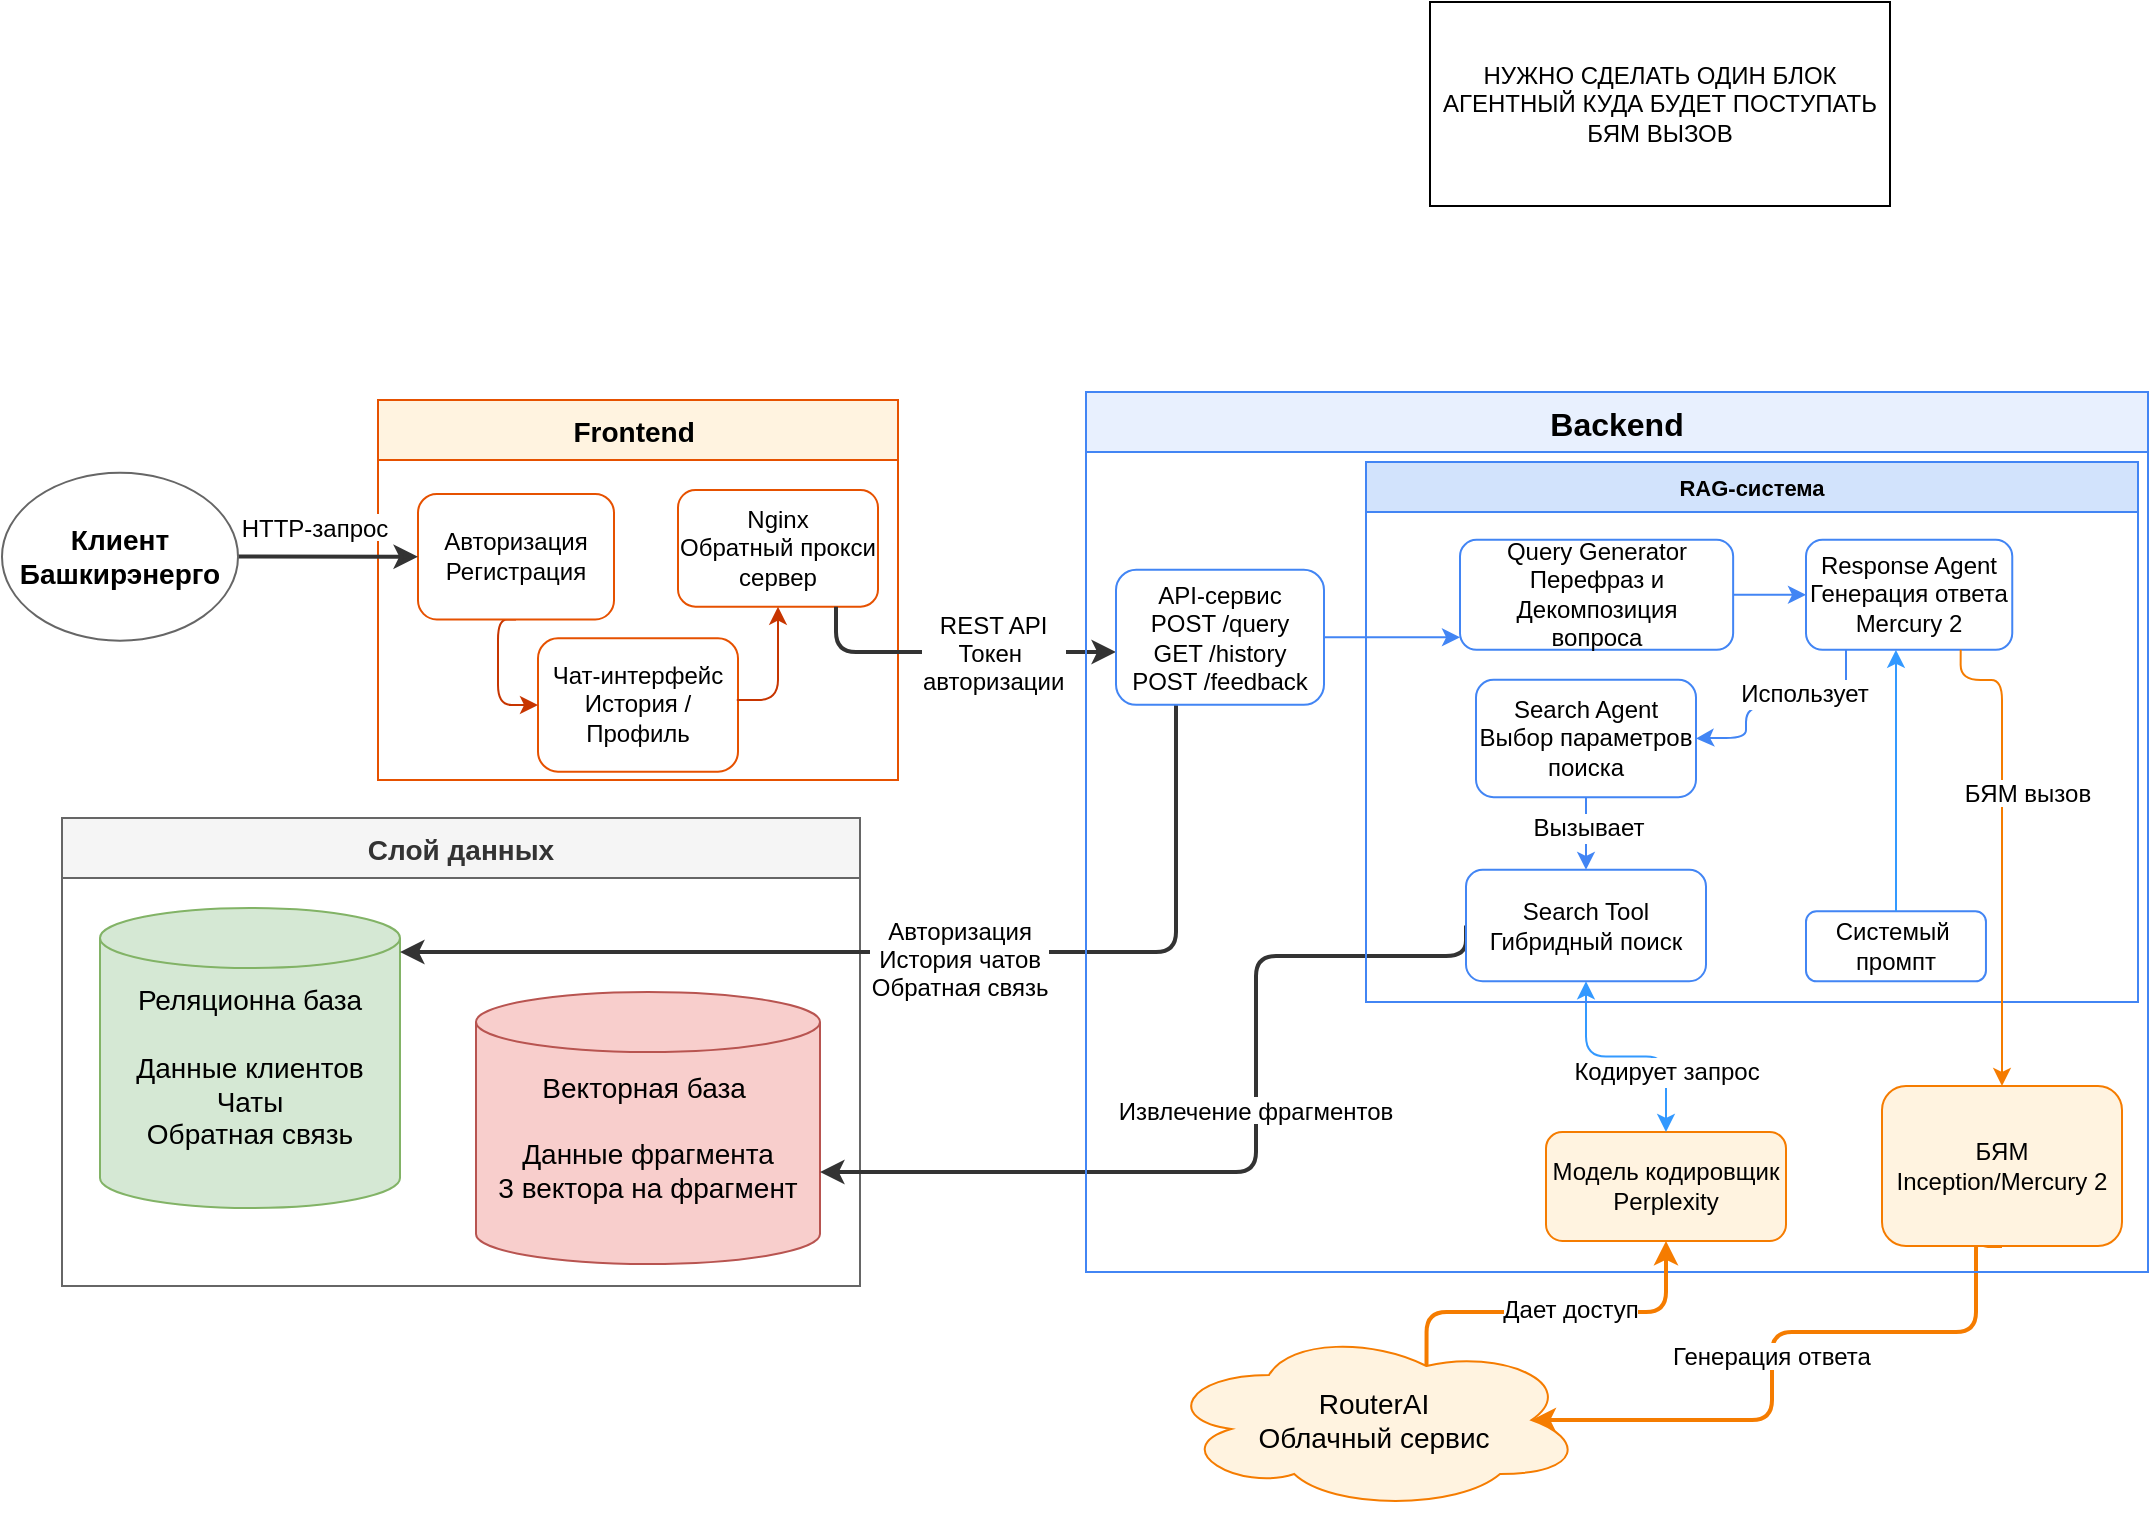
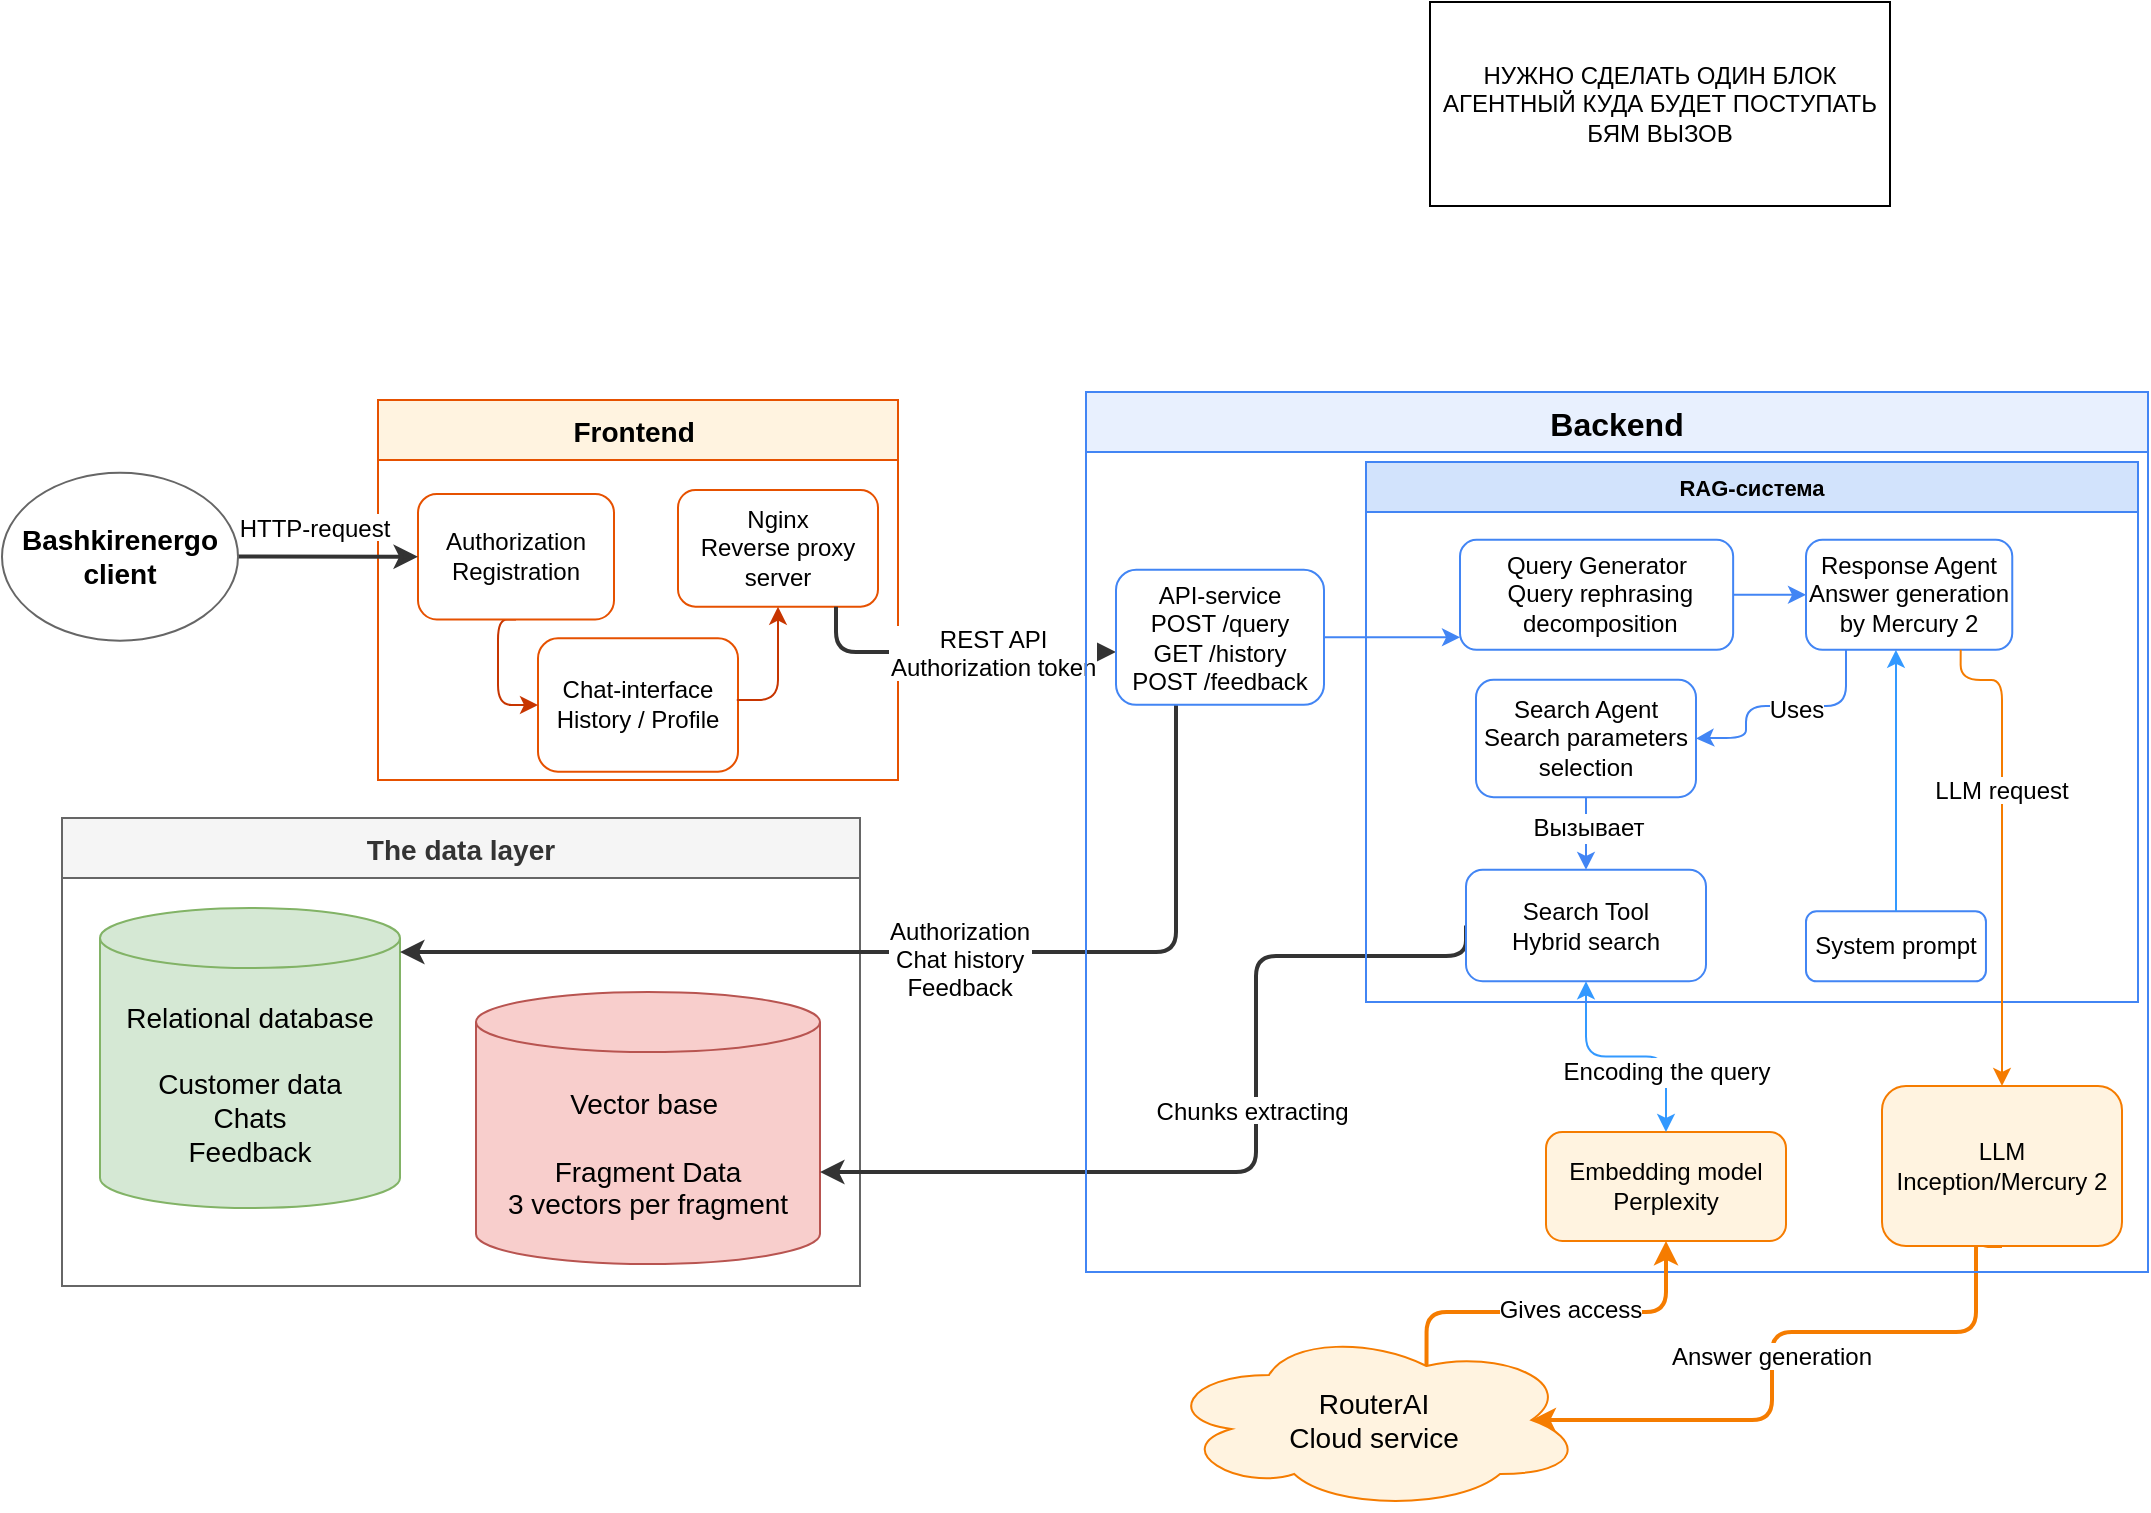
- <mxfile host="Electron" agent="Mozilla/5.0 (Windows NT 10.0; Win64; x64) AppleWebKit/537.36 (KHTML, like Gecko) draw.io/29.6.6 Chrome/144.0.7559.236 Electron/40.8.4 Safari/537.36" version="29.6.6">
+ <mxfile host="Electron" agent="Mozilla/5.0 (Windows NT 10.0; Win64; x64) AppleWebKit/537.36 (KHTML, like Gecko) draw.io/29.6.6 Chrome/144.0.7559.236 Electron/40.8.4 Safari/537.36">
  <diagram id="page-1" name="Архитектура системы">
-     <mxGraphModel dx="1042" dy="660" grid="0" gridSize="10" guides="1" tooltips="1" connect="1" arrows="1" fold="1" page="1" pageScale="1" pageWidth="1600" pageHeight="1000" math="0" shadow="0">
+     <mxGraphModel dx="490" dy="314" grid="0" gridSize="10" guides="1" tooltips="1" connect="1" arrows="1" fold="1" page="1" pageScale="1" pageWidth="1600" pageHeight="1000" math="0" shadow="0">
      <root>
        <mxCell id="0" />
        <mxCell id="1" parent="0" />
        <mxCell id="layer-frontend" parent="1" style="swimlane;startSize=30;fillColor=#fff3e0;strokeColor=#e65100;fontStyle=1;fontSize=14;fontColor=#000000;" value="Frontend " vertex="1">
          <mxGeometry height="190" width="260" x="621" y="244" as="geometry" />
        </mxCell>
-         <mxCell id="fe-vue" parent="layer-frontend" style="rounded=1;whiteSpace=wrap;fillColor=#ffffff;strokeColor=#e65100;fontSize=12;fontColor=#000000;movable=1;resizable=1;rotatable=1;deletable=1;editable=1;locked=0;connectable=1;" value="Чат-интерфейс&#xa;История / Профиль" vertex="1">
+         <mxCell id="fe-vue" parent="layer-frontend" style="rounded=1;whiteSpace=wrap;fillColor=#ffffff;strokeColor=#e65100;fontSize=12;fontColor=#000000;movable=1;resizable=1;rotatable=1;deletable=1;editable=1;locked=0;connectable=1;" value="Chat-interface&#xa;History / Profile" vertex="1">
          <mxGeometry height="66.67" width="100" x="80" y="119.16" as="geometry" />
        </mxCell>
        <mxCell id="dqqCymJe5EWWnULgw1ql-9" edge="1" parent="layer-frontend" source="fe-auth" style="edgeStyle=orthogonalEdgeStyle;rounded=1;orthogonalLoop=1;jettySize=auto;html=1;fillColor=#fa6800;strokeColor=#C73500;curved=0;entryX=0;entryY=0.5;entryDx=0;entryDy=0;exitX=0.5;exitY=1;exitDx=0;exitDy=0;" target="fe-vue" value="">
          <mxGeometry relative="1" as="geometry">
            <Array as="points">
              <mxPoint x="60" y="110" />
              <mxPoint x="60" y="152" />
            </Array>
          </mxGeometry>
        </mxCell>
-         <mxCell id="fe-auth" parent="layer-frontend" style="rounded=1;whiteSpace=wrap;fillColor=#ffffff;strokeColor=#e65100;fontSize=12;fontColor=#000000;movable=1;resizable=1;rotatable=1;deletable=1;editable=1;locked=0;connectable=1;" value="Авторизация&#xa;Регистрация" vertex="1">
+         <mxCell id="fe-auth" parent="layer-frontend" style="rounded=1;whiteSpace=wrap;fillColor=#ffffff;strokeColor=#e65100;fontSize=12;fontColor=#000000;movable=1;resizable=1;rotatable=1;deletable=1;editable=1;locked=0;connectable=1;" value="Authorization&#xa;Registration" vertex="1">
          <mxGeometry height="62.69" width="98" x="20" y="47" as="geometry" />
        </mxCell>
-         <mxCell id="fe-nginx" parent="layer-frontend" style="rounded=1;whiteSpace=wrap;fillColor=#ffffff;strokeColor=#e65100;fontSize=12;fontColor=#000000;fontStyle=0;movable=1;resizable=1;rotatable=1;deletable=1;editable=1;locked=0;connectable=1;" value="Nginx&#xa;Обратный прокси сервер" vertex="1">
+         <mxCell id="fe-nginx" parent="layer-frontend" style="rounded=1;whiteSpace=wrap;fillColor=#ffffff;strokeColor=#e65100;fontSize=12;fontColor=#000000;fontStyle=0;movable=1;resizable=1;rotatable=1;deletable=1;editable=1;locked=0;connectable=1;" value="Nginx&#xa;Reverse proxy server" vertex="1">
          <mxGeometry height="58.33" width="100" x="150" y="45" as="geometry" />
        </mxCell>
        <mxCell id="dqqCymJe5EWWnULgw1ql-11" edge="1" parent="layer-frontend" source="fe-vue" style="edgeStyle=orthogonalEdgeStyle;rounded=1;orthogonalLoop=1;jettySize=auto;html=1;fillColor=#fa6800;strokeColor=#C73500;exitX=0.994;exitY=0.462;exitDx=0;exitDy=0;exitPerimeter=0;entryX=0.5;entryY=1;entryDx=0;entryDy=0;curved=0;" target="fe-nginx" value="">
          <mxGeometry relative="1" as="geometry">
            <mxPoint x="190" y="160" as="sourcePoint" />
            <mxPoint x="190" y="195" as="targetPoint" />
          </mxGeometry>
        </mxCell>
-         <mxCell id="e-fe-be" edge="1" parent="1" source="fe-nginx" style="edgeStyle=orthogonalEdgeStyle;rounded=1;strokeWidth=2;strokeColor=#333333;fontSize=12;fontColor=#000000;" target="be-api" value="REST API&#xa;Токен &#xa;авторизации">
+         <mxCell id="e-fe-be" edge="1" parent="1" source="fe-nginx" style="edgeStyle=orthogonalEdgeStyle;rounded=1;strokeWidth=2;strokeColor=#333333;fontSize=12;fontColor=#000000;" target="be-api" value="REST API&#xa;Authorization token">
          <mxGeometry relative="1" x="0.25" as="geometry">
            <mxPoint as="offset" />
            <Array as="points">
              <mxPoint x="850" y="370" />
            </Array>
          </mxGeometry>
        </mxCell>
-         <mxCell id="layer-data" parent="1" style="swimlane;startSize=30;fontStyle=1;fontSize=14;fillColor=#f5f5f5;strokeColor=#666666;fontColor=#333333;" value="Слой данных" vertex="1">
+         <mxCell id="layer-data" parent="1" style="swimlane;startSize=30;fontStyle=1;fontSize=14;fillColor=#f5f5f5;strokeColor=#666666;fontColor=#333333;" value="The data layer" vertex="1">
          <mxGeometry height="234" width="399" x="463" y="453" as="geometry" />
        </mxCell>
-         <mxCell id="db-qdrant" parent="layer-data" style="shape=cylinder3;whiteSpace=wrap;boundedLbl=1;backgroundOutline=1;size=15;fillColor=#f8cecc;strokeColor=#b85450;fontSize=14;" value="Векторная база &#xa;&#xa;Данные фрагмента&#xa;3 вектора на фрагмент&#xa;" vertex="1">
+         <mxCell id="db-qdrant" parent="layer-data" style="shape=cylinder3;whiteSpace=wrap;boundedLbl=1;backgroundOutline=1;size=15;fillColor=#f8cecc;strokeColor=#b85450;fontSize=14;" value="Vector base &#xa;&#xa;Fragment Data&#xa;3 vectors per fragment" vertex="1">
          <mxGeometry height="136" width="172" x="207" y="87" as="geometry" />
        </mxCell>
-         <mxCell id="db-supabase" parent="layer-data" style="shape=cylinder3;whiteSpace=wrap;boundedLbl=1;backgroundOutline=1;size=15;fillColor=#d5e8d4;strokeColor=#82b366;fontSize=14;" value="Реляционна база&#xa;&#xa;Данные клиентов&#xa;Чаты&#xa;Обратная связь&#xa;" vertex="1">
+         <mxCell id="db-supabase" parent="layer-data" style="shape=cylinder3;whiteSpace=wrap;boundedLbl=1;backgroundOutline=1;size=15;fillColor=#d5e8d4;strokeColor=#82b366;fontSize=14;" value="Relational database&#xa;&#xa;Customer data&#xa;Chats&#xa;Feedback" vertex="1">
          <mxGeometry height="150" width="150" x="19" y="45" as="geometry" />
        </mxCell>
-         <mxCell id="e-user-fe" edge="1" parent="1" source="client-user" style="edgeStyle=orthogonalEdgeStyle;rounded=1;strokeWidth=2;strokeColor=#333333;fontSize=12;fontColor=#000000;exitX=1;exitY=0.5;exitDx=0;exitDy=0;entryX=0;entryY=0.5;entryDx=0;entryDy=0;" target="fe-auth" value="HTTP-запрос">
-           <mxGeometry relative="1" x="-0.0104" y="15" as="geometry">
+         <mxCell id="e-user-fe" edge="1" parent="1" source="client-user" style="edgeStyle=orthogonalEdgeStyle;rounded=1;strokeWidth=2;strokeColor=#333333;fontSize=12;fontColor=#000000;exitX=1;exitY=0.5;exitDx=0;exitDy=0;entryX=0;entryY=0.5;entryDx=0;entryDy=0;" target="fe-auth" value="HTTP-request">
+           <mxGeometry relative="1" x="-0.0069" y="15" as="geometry">
            <mxPoint as="offset" />
            <Array as="points">
              <mxPoint x="545" y="322" />
              <mxPoint x="553" y="322" />
            </Array>
            <mxPoint x="248.99999999999955" y="475.75" as="sourcePoint" />
            <mxPoint x="439" y="476" as="targetPoint" />
          </mxGeometry>
        </mxCell>
-         <mxCell id="e-be-qdrant" edge="1" parent="1" source="Qy1mshlu3vfik7bIqoKe-14" style="edgeStyle=orthogonalEdgeStyle;rounded=1;strokeWidth=2;strokeColor=#333333;fontSize=12;fontColor=#000000;exitX=0;exitY=0.5;exitDx=0;exitDy=0;" target="db-qdrant" value="Извлечение фрагментов">
+         <mxCell id="e-be-qdrant" edge="1" parent="1" source="Qy1mshlu3vfik7bIqoKe-14" style="edgeStyle=orthogonalEdgeStyle;rounded=1;strokeWidth=2;strokeColor=#333333;fontSize=12;fontColor=#000000;exitX=0;exitY=0.5;exitDx=0;exitDy=0;" target="db-qdrant" value="Chunks extracting ">
          <mxGeometry relative="1" x="-0.1173" as="geometry">
            <mxPoint as="offset" />
            <Array as="points">
              <mxPoint x="1060" y="522" />
              <mxPoint x="1060" y="630" />
            </Array>
            <mxPoint x="1140" y="600" as="sourcePoint" />
            <mxPoint x="830" y="810" as="targetPoint" />
          </mxGeometry>
        </mxCell>
-         <mxCell id="e-be-routerai-cloud" edge="1" parent="1" source="Qy1mshlu3vfik7bIqoKe-7" style="edgeStyle=orthogonalEdgeStyle;rounded=1;strokeWidth=2;strokeColor=#f57c00;fontSize=12;fontColor=#000000;exitX=0.5;exitY=1;exitDx=0;exitDy=0;entryX=0.875;entryY=0.5;entryDx=0;entryDy=0;entryPerimeter=0;" target="cloud-routerai" value="Генерация ответа">
-           <mxGeometry relative="1" x="0.0805" as="geometry">
+         <mxCell id="e-be-routerai-cloud" edge="1" parent="1" source="Qy1mshlu3vfik7bIqoKe-7" style="edgeStyle=orthogonalEdgeStyle;rounded=1;strokeWidth=2;strokeColor=#f57c00;fontSize=12;fontColor=#000000;exitX=0.5;exitY=1;exitDx=0;exitDy=0;entryX=0.875;entryY=0.5;entryDx=0;entryDy=0;entryPerimeter=0;" target="cloud-routerai" value="Answer generation">
+           <mxGeometry relative="1" x="0.0807" as="geometry">
            <mxPoint as="offset" />
            <Array as="points">
              <mxPoint x="1422" y="662" />
              <mxPoint x="1420" y="662" />
              <mxPoint x="1420" y="710" />
              <mxPoint x="1318" y="710" />
              <mxPoint x="1318" y="754" />
            </Array>
            <mxPoint x="1390" y="589.29" as="sourcePoint" />
            <mxPoint x="1320" y="750" as="targetPoint" />
          </mxGeometry>
        </mxCell>
-         <mxCell id="e-be-supabase" edge="1" parent="1" source="be-api" style="edgeStyle=orthogonalEdgeStyle;rounded=1;strokeWidth=2;strokeColor=#333333;fontSize=12;fontColor=#000000;" target="db-supabase" value="Авторизация&#xa;История чатов&#xa;Обратная связь">
+         <mxCell id="e-be-supabase" edge="1" parent="1" source="be-api" style="edgeStyle=orthogonalEdgeStyle;rounded=1;strokeWidth=2;strokeColor=#333333;fontSize=12;fontColor=#000000;" target="db-supabase" value="Authorization&#xa;Chat history&#xa;Feedback">
          <mxGeometry relative="1" x="-0.0941" y="3" as="geometry">
            <mxPoint as="offset" />
            <Array as="points">
              <mxPoint x="1020" y="520" />
            </Array>
            <mxPoint x="1120" y="200" as="sourcePoint" />
            <mxPoint x="300" y="788.74" as="targetPoint" />
          </mxGeometry>
        </mxCell>
        <mxCell id="layer-backend" parent="1" style="swimlane;startSize=30;fillColor=#e8f0fe;strokeColor=#4285f4;fontStyle=1;fontSize=16;fontColor=#000000;" value="Backend" vertex="1">
          <mxGeometry height="440" width="531" x="975" y="240" as="geometry" />
        </mxCell>
        <mxCell id="e-api-qg" edge="1" parent="layer-backend" source="be-api" style="edgeStyle=orthogonalEdgeStyle;rounded=1;strokeWidth=1;strokeColor=#4285f4;" target="Qy1mshlu3vfik7bIqoKe-6" value="">
          <mxGeometry relative="1" as="geometry">
            <Array as="points">
              <mxPoint x="118" y="123" />
              <mxPoint x="118" y="123" />
            </Array>
            <mxPoint x="153.4300000000003" y="190.05263157894728" as="targetPoint" />
          </mxGeometry>
        </mxCell>
-         <mxCell id="be-embeddings" parent="layer-backend" style="rounded=1;whiteSpace=wrap;fillColor=#fff3e0;strokeColor=#f57c00;fontSize=12;fontColor=#000000;align=center;verticalAlign=middle;fontFamily=Helvetica;fontStyle=0;" value="Модель кодировщик&#xa;Perplexity" vertex="1">
+         <mxCell id="be-embeddings" parent="layer-backend" style="rounded=1;whiteSpace=wrap;fillColor=#fff3e0;strokeColor=#f57c00;fontSize=12;fontColor=#000000;align=center;verticalAlign=middle;fontFamily=Helvetica;fontStyle=0;" value="Embedding model&#xa;Perplexity" vertex="1">
          <mxGeometry height="54.44" width="120" x="230" y="370" as="geometry" />
        </mxCell>
        <mxCell id="dqqCymJe5EWWnULgw1ql-17" edge="1" parent="layer-backend" source="be-embeddings" style="edgeStyle=orthogonalEdgeStyle;rounded=1;strokeWidth=1;strokeColor=#3399FF;entryX=0.5;entryY=1;entryDx=0;entryDy=0;exitX=0.5;exitY=0;exitDx=0;exitDy=0;align=center;verticalAlign=middle;fontFamily=Helvetica;fontSize=11;fontColor=default;labelBackgroundColor=default;startArrow=classic;endArrow=classic;curved=0;fillColor=#dae8fc;" target="Qy1mshlu3vfik7bIqoKe-14" value="">
          <mxGeometry relative="1" as="geometry">
            <mxPoint x="630" y="550" as="sourcePoint" />
            <mxPoint x="270" y="332.145" as="targetPoint" />
          </mxGeometry>
        </mxCell>
-         <mxCell id="REkan_8gvZpdR7D4U9OW-5" connectable="0" parent="dqqCymJe5EWWnULgw1ql-17" style="edgeLabel;html=1;align=center;verticalAlign=middle;resizable=0;points=[];" value="&lt;font style=&quot;font-size: 12px;&quot;&gt;Кодирует запрос&lt;/font&gt;" vertex="1">
+         <mxCell id="REkan_8gvZpdR7D4U9OW-5" connectable="0" parent="dqqCymJe5EWWnULgw1ql-17" style="edgeLabel;html=1;align=center;verticalAlign=middle;resizable=0;points=[];" value="&lt;font style=&quot;font-size: 12px;&quot;&gt;Encoding the query&lt;/font&gt;" vertex="1">
          <mxGeometry relative="1" x="0.0145" y="-1" as="geometry">
            <mxPoint x="21" y="8" as="offset" />
          </mxGeometry>
        </mxCell>
-         <mxCell id="be-api" parent="layer-backend" style="rounded=1;whiteSpace=wrap;fillColor=#ffffff;strokeColor=#4285f4;fontSize=12;fontColor=#000000;fontStyle=0" value="API-сервис&#xa;POST /query&#xa;GET /history&#xa;POST /feedback" vertex="1">
+         <mxCell id="be-api" parent="layer-backend" style="rounded=1;whiteSpace=wrap;fillColor=#ffffff;strokeColor=#4285f4;fontSize=12;fontColor=#000000;fontStyle=0" value="API-service&#xa;POST /query&#xa;GET /history&#xa;POST /feedback" vertex="1">
          <mxGeometry height="67.5" width="104" x="15" y="88.93" as="geometry" />
        </mxCell>
        <mxCell id="Qy1mshlu3vfik7bIqoKe-5" parent="layer-backend" style="swimlane;startSize=25;fillColor=#d2e3fc;strokeColor=#4285f4;fontStyle=1;fontSize=11;fontColor=#000000;" value="RAG-система" vertex="1">
          <mxGeometry height="270" width="386" x="140" y="35" as="geometry">
            <mxRectangle height="30" width="120" x="160" y="70" as="alternateBounds" />
          </mxGeometry>
        </mxCell>
-         <mxCell id="Qy1mshlu3vfik7bIqoKe-6" parent="Qy1mshlu3vfik7bIqoKe-5" style="rounded=1;whiteSpace=wrap;fillColor=#ffffff;strokeColor=#4285f4;fontSize=12;fontColor=#000000;" value="Query Generator&#xa;Перефраз и Декомпозиция&#xa;вопроса" vertex="1">
+         <mxCell id="Qy1mshlu3vfik7bIqoKe-6" parent="Qy1mshlu3vfik7bIqoKe-5" style="rounded=1;whiteSpace=wrap;fillColor=#ffffff;strokeColor=#4285f4;fontSize=12;fontColor=#000000;" value="Query Generator&#xa; Query rephrasing  decomposition" vertex="1">
          <mxGeometry height="55" width="136.57" x="47" y="38.93" as="geometry" />
        </mxCell>
        <mxCell id="Qy1mshlu3vfik7bIqoKe-9" edge="1" parent="Qy1mshlu3vfik7bIqoKe-5" source="Qy1mshlu3vfik7bIqoKe-6" style="edgeStyle=orthogonalEdgeStyle;rounded=1;strokeWidth=1;strokeColor=#4285f4;" target="Qy1mshlu3vfik7bIqoKe-10" value="">
          <mxGeometry relative="1" as="geometry">
            <Array as="points">
              <mxPoint x="240" y="50" />
              <mxPoint x="240" y="50" />
            </Array>
            <mxPoint x="1420" y="225" as="sourcePoint" />
            <mxPoint x="1270" y="220" as="targetPoint" />
          </mxGeometry>
        </mxCell>
-         <mxCell id="Qy1mshlu3vfik7bIqoKe-10" parent="Qy1mshlu3vfik7bIqoKe-5" style="rounded=1;whiteSpace=wrap;fillColor=#ffffff;strokeColor=#4285f4;fontSize=12;fontColor=#000000;" value="Response Agent&#xa;Генерация ответа&#xa;Mercury 2" vertex="1">
+         <mxCell id="Qy1mshlu3vfik7bIqoKe-10" parent="Qy1mshlu3vfik7bIqoKe-5" style="rounded=1;whiteSpace=wrap;fillColor=#ffffff;strokeColor=#4285f4;fontSize=12;fontColor=#000000;" value="Response Agent&#xa;Answer generation by Mercury 2" vertex="1">
          <mxGeometry height="55" width="103.13" x="220" y="38.93" as="geometry" />
        </mxCell>
-         <mxCell id="Qy1mshlu3vfik7bIqoKe-11" parent="Qy1mshlu3vfik7bIqoKe-5" style="rounded=1;whiteSpace=wrap;fillColor=#ffffff;strokeColor=#4285f4;fontSize=12;fontColor=#000000;" value="Системый &#xa;промпт" vertex="1">
+         <mxCell id="Qy1mshlu3vfik7bIqoKe-11" parent="Qy1mshlu3vfik7bIqoKe-5" style="rounded=1;whiteSpace=wrap;fillColor=#ffffff;strokeColor=#4285f4;fontSize=12;fontColor=#000000;" value="System prompt" vertex="1">
          <mxGeometry height="35" width="89.98" x="220.00000000000003" y="224.64" as="geometry" />
        </mxCell>
-         <mxCell id="Qy1mshlu3vfik7bIqoKe-12" parent="Qy1mshlu3vfik7bIqoKe-5" style="rounded=1;whiteSpace=wrap;fillColor=#ffffff;strokeColor=#4285f4;fontSize=12;fontColor=#000000;" value="Search Agent&#xa;Выбор параметров поиска" vertex="1">
+         <mxCell id="Qy1mshlu3vfik7bIqoKe-12" parent="Qy1mshlu3vfik7bIqoKe-5" style="rounded=1;whiteSpace=wrap;fillColor=#ffffff;strokeColor=#4285f4;fontSize=12;fontColor=#000000;" value="Search Agent&#xa;Search parameters selection" vertex="1">
          <mxGeometry height="58.67" width="110" x="55" y="108.93" as="geometry" />
        </mxCell>
        <mxCell id="Qy1mshlu3vfik7bIqoKe-13" edge="1" parent="Qy1mshlu3vfik7bIqoKe-5" source="Qy1mshlu3vfik7bIqoKe-10" style="edgeStyle=orthogonalEdgeStyle;rounded=1;strokeWidth=1;strokeColor=#4285f4;entryX=1;entryY=0.5;entryDx=0;entryDy=0;fontSize=12;" target="Qy1mshlu3vfik7bIqoKe-12" value="">
          <mxGeometry relative="1" as="geometry">
            <Array as="points">
              <mxPoint x="240" y="122" />
              <mxPoint x="190" y="122" />
              <mxPoint x="190" y="138" />
              <mxPoint x="170" y="138" />
            </Array>
            <mxPoint x="150" y="130" as="targetPoint" />
          </mxGeometry>
        </mxCell>
-         <mxCell id="REkan_8gvZpdR7D4U9OW-190" connectable="0" parent="Qy1mshlu3vfik7bIqoKe-13" style="edgeLabel;html=1;align=center;verticalAlign=middle;resizable=0;points=[];" value="&lt;font style=&quot;font-size: 12px;&quot;&gt;Использует&lt;/font&gt;" vertex="1">
+         <mxCell id="REkan_8gvZpdR7D4U9OW-190" connectable="0" parent="Qy1mshlu3vfik7bIqoKe-13" style="edgeLabel;html=1;align=center;verticalAlign=middle;resizable=0;points=[];" value="&lt;font style=&quot;font-size: 12px;&quot;&gt;Uses&lt;/font&gt;" vertex="1">
          <mxGeometry relative="1" x="-0.0922" y="-1" as="geometry">
-             <mxPoint x="5" y="-5" as="offset" />
-           </mxGeometry>
-         </mxCell>
-         <mxCell id="Qy1mshlu3vfik7bIqoKe-14" parent="Qy1mshlu3vfik7bIqoKe-5" style="rounded=1;whiteSpace=wrap;fillColor=#ffffff;strokeColor=#4285f4;fontSize=12;fontColor=#000000;" value="Search Tool&#xa;Гибридный поиск" vertex="1">
+             <mxPoint x="1" y="3" as="offset" />
+           </mxGeometry>
+         </mxCell>
+         <mxCell id="Qy1mshlu3vfik7bIqoKe-14" parent="Qy1mshlu3vfik7bIqoKe-5" style="rounded=1;whiteSpace=wrap;fillColor=#ffffff;strokeColor=#4285f4;fontSize=12;fontColor=#000000;" value="Search Tool&#xa;Hybrid search" vertex="1">
          <mxGeometry height="55.71" width="120" x="50" y="203.93" as="geometry" />
        </mxCell>
        <mxCell id="Qy1mshlu3vfik7bIqoKe-15" edge="1" parent="Qy1mshlu3vfik7bIqoKe-5" source="Qy1mshlu3vfik7bIqoKe-12" style="edgeStyle=orthogonalEdgeStyle;rounded=1;strokeWidth=1;strokeColor=#4285f4;entryX=0.5;entryY=0;entryDx=0;entryDy=0;exitX=0.5;exitY=1;exitDx=0;exitDy=0;" target="Qy1mshlu3vfik7bIqoKe-14" value="">
          <mxGeometry relative="1" as="geometry">
            <Array as="points" />
            <mxPoint x="260" y="160" as="sourcePoint" />
          </mxGeometry>
        </mxCell>
        <mxCell id="REkan_8gvZpdR7D4U9OW-4" connectable="0" parent="Qy1mshlu3vfik7bIqoKe-15" style="edgeLabel;html=1;align=center;verticalAlign=middle;resizable=0;points=[];" value="&lt;font style=&quot;font-size: 12px;&quot;&gt;Вызывает&lt;/font&gt;" vertex="1">
          <mxGeometry relative="1" x="-0.1797" y="1" as="geometry">
            <mxPoint as="offset" />
          </mxGeometry>
        </mxCell>
        <mxCell id="Qy1mshlu3vfik7bIqoKe-16" edge="1" parent="Qy1mshlu3vfik7bIqoKe-5" source="Qy1mshlu3vfik7bIqoKe-11" style="endArrow=classic;html=1;rounded=1;strokeColor=#3399FF;edgeStyle=orthogonalEdgeStyle;exitX=0.5;exitY=0;exitDx=0;exitDy=0;" target="Qy1mshlu3vfik7bIqoKe-10" value="">
          <mxGeometry height="50" relative="1" width="50" as="geometry">
            <Array as="points">
              <mxPoint x="263" y="92" />
              <mxPoint x="263" y="92" />
            </Array>
            <mxPoint x="211" y="186" as="sourcePoint" />
            <mxPoint x="240" y="110" as="targetPoint" />
          </mxGeometry>
        </mxCell>
-         <mxCell id="Qy1mshlu3vfik7bIqoKe-7" parent="layer-backend" style="rounded=1;whiteSpace=wrap;fillColor=#fff3e0;strokeColor=#f57c00;fontSize=12;fontColor=#000000;fontStyle=0" value="БЯМ&#xa;Inception/Mercury 2" vertex="1">
+         <mxCell id="Qy1mshlu3vfik7bIqoKe-7" parent="layer-backend" style="rounded=1;whiteSpace=wrap;fillColor=#fff3e0;strokeColor=#f57c00;fontSize=12;fontColor=#000000;fontStyle=0" value="LLM&#xa;Inception/Mercury 2" vertex="1">
          <mxGeometry height="80" width="120" x="398" y="347" as="geometry" />
        </mxCell>
-         <mxCell id="Qy1mshlu3vfik7bIqoKe-8" edge="1" parent="layer-backend" source="Qy1mshlu3vfik7bIqoKe-10" style="edgeStyle=orthogonalEdgeStyle;rounded=1;strokeWidth=1;strokeColor=#f57c00;entryX=0.5;entryY=0;entryDx=0;entryDy=0;fontSize=12;exitX=0.75;exitY=1;exitDx=0;exitDy=0;" target="Qy1mshlu3vfik7bIqoKe-7" value="БЯМ вызов">
-           <mxGeometry relative="1" x="-0.2303" y="13" as="geometry">
+         <mxCell id="Qy1mshlu3vfik7bIqoKe-8" edge="1" parent="layer-backend" source="Qy1mshlu3vfik7bIqoKe-10" style="edgeStyle=orthogonalEdgeStyle;rounded=1;strokeWidth=1;strokeColor=#f57c00;entryX=0.5;entryY=0;entryDx=0;entryDy=0;fontSize=12;exitX=0.75;exitY=1;exitDx=0;exitDy=0;" target="Qy1mshlu3vfik7bIqoKe-7" value="LLM request">
+           <mxGeometry relative="1" x="-0.2399" as="geometry">
            <mxPoint as="offset" />
            <Array as="points">
              <mxPoint x="437" y="144" />
              <mxPoint x="458" y="144" />
            </Array>
            <mxPoint x="461" y="132" as="sourcePoint" />
            <mxPoint x="451.03999999999996" y="190.25" as="targetPoint" />
          </mxGeometry>
        </mxCell>
-         <mxCell id="cloud-routerai" parent="1" style="ellipse;shape=cloud;whiteSpace=wrap;fillColor=#fff3e0;strokeColor=#f57c00;fontSize=14;fontColor=#000000;fontStyle=0" value="RouterAI&#xa;Облачный сервис" vertex="1">
+         <mxCell id="cloud-routerai" parent="1" style="ellipse;shape=cloud;whiteSpace=wrap;fillColor=#fff3e0;strokeColor=#f57c00;fontSize=14;fontColor=#000000;fontStyle=0" value="RouterAI&#xa;Cloud service" vertex="1">
          <mxGeometry height="90" width="210" x="1014" y="709" as="geometry" />
        </mxCell>
        <mxCell id="REkan_8gvZpdR7D4U9OW-3" edge="1" parent="1" source="cloud-routerai" style="edgeStyle=orthogonalEdgeStyle;rounded=1;strokeWidth=2;strokeColor=#f57c00;fontSize=10;fontColor=#000000;textShadow=1;exitX=0.625;exitY=0.2;exitDx=0;exitDy=0;exitPerimeter=0;entryX=0.5;entryY=1;entryDx=0;entryDy=0;" target="be-embeddings" value="">
          <mxGeometry relative="1" x="0.3131" y="14" as="geometry">
            <mxPoint as="offset" />
            <Array as="points">
              <mxPoint x="1145" y="700" />
              <mxPoint x="1265" y="700" />
            </Array>
            <mxPoint x="1256" y="700" as="sourcePoint" />
            <mxPoint x="1020" y="700" as="targetPoint" />
          </mxGeometry>
        </mxCell>
-         <mxCell id="REkan_8gvZpdR7D4U9OW-7" connectable="0" parent="REkan_8gvZpdR7D4U9OW-3" style="edgeLabel;html=1;align=center;verticalAlign=middle;resizable=0;points=[];fontSize=12;" value="Дает доступ" vertex="1">
+         <mxCell id="REkan_8gvZpdR7D4U9OW-7" connectable="0" parent="REkan_8gvZpdR7D4U9OW-3" style="edgeLabel;html=1;align=center;verticalAlign=middle;resizable=0;points=[];fontSize=12;" value="Gives aсcess" vertex="1">
          <mxGeometry relative="1" x="-0.0147" y="-1" as="geometry">
            <mxPoint x="8" y="-2" as="offset" />
          </mxGeometry>
        </mxCell>
-         <mxCell id="client-user" parent="1" style="ellipse;whiteSpace=wrap;fillColor=#ffffff;strokeColor=#666666;fontSize=14;fontColor=#000000;fontStyle=1" value="Клиент Башкирэнерго" vertex="1">
+         <mxCell id="client-user" parent="1" style="ellipse;whiteSpace=wrap;fillColor=#ffffff;strokeColor=#666666;fontSize=14;fontColor=#000000;fontStyle=1" value="Bashkirenergo client" vertex="1">
          <mxGeometry height="84" width="118" x="433" y="280.34999999999997" as="geometry" />
        </mxCell>
        <mxCell id="IGk-8BkcGMKQST9bWIUK-3" parent="1" style="rounded=0;whiteSpace=wrap;html=1;" value="НУЖНО СДЕЛАТЬ ОДИН БЛОК АГЕНТНЫЙ КУДА БУДЕТ ПОСТУПАТЬ БЯМ ВЫЗОВ" vertex="1">
          <mxGeometry height="102" width="230" x="1147" y="45" as="geometry" />
        </mxCell>
      </root>
    </mxGraphModel>
  </diagram>
</mxfile>
